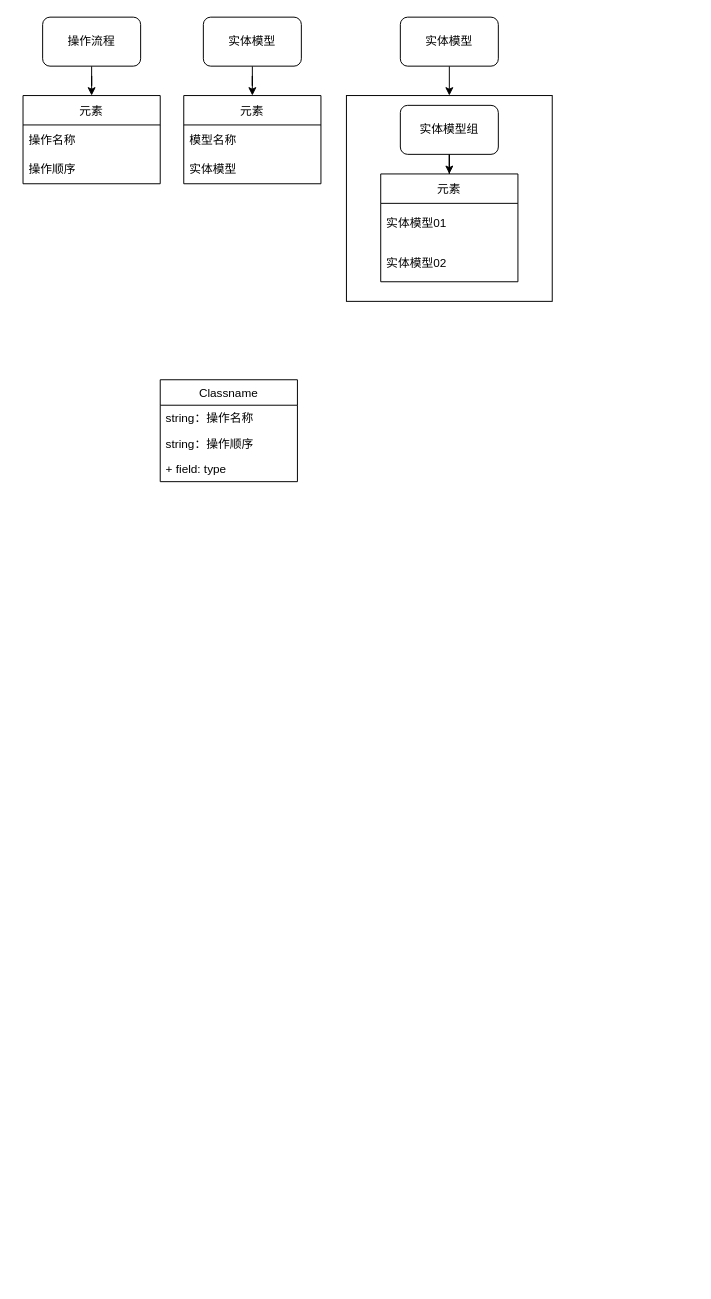
The draw.io diagram StatePattern/未命名绘图.drawio in CXUI/----, before the edit. Source tidied: cells renumbered, new cells numbered last; positions are measured from the earlier drawing's top-left corner, leaving out a move shared by most shapes. Both pictures are drawn from the tidied source at 98%, with x=0, y=0 at pixel (23, 17).
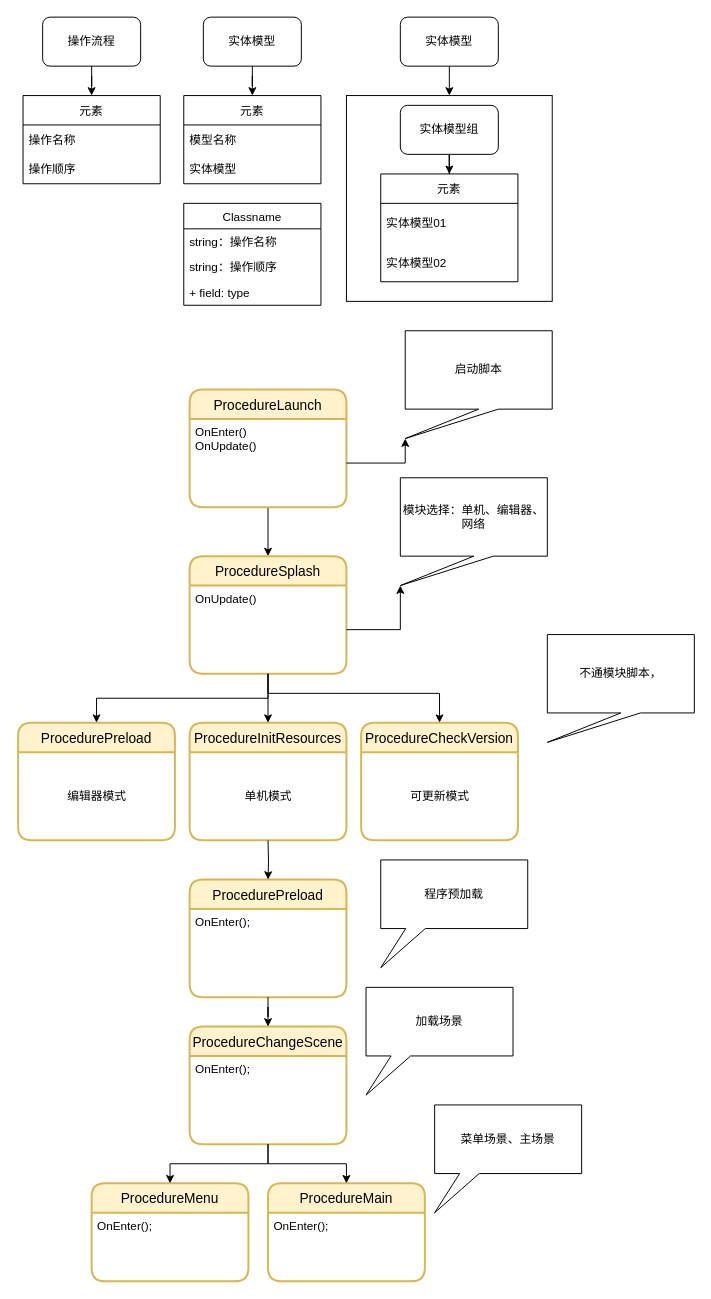
Above is the later version.

Commit message (it also covers changes not shown here):
更新未命名绘图.drawio

Diff of the diagram source:
```diff
@@
     <mxCell id="20" value="Classname" style="swimlane;fontStyle=0;horizontal=1;startSize=26;fillColor=none;" parent="1" vertex="1">
-      <mxGeometry x="140" y="370" width="140" height="104" as="geometry" />
+      <mxGeometry x="164" y="190" width="140" height="104" as="geometry" />
     </mxCell>
@@
+    <mxCell id="24" style="edgeStyle=orthogonalEdgeStyle;rounded=0;jettySize=auto;html=1;entryX=0.5;entryY=0;entryDx=0;entryDy=0;" parent="1" edge="1" source="25" target="27">
+      <mxGeometry relative="1" as="geometry" />
+    </mxCell>
+    <mxCell id="25" value="ProcedureLaunch" style="swimlane;horizontal=1;startSize=30;rounded=1;fontSize=14;fontStyle=0;strokeWidth=2;shadow=0;dashed=0;align=center;fillColor=#fff2cc;strokeColor=#d6b656;" parent="1" vertex="1">
+      <mxGeometry x="170" y="380" width="160" height="120" as="geometry" />
+    </mxCell>
+    <mxCell id="26" value="OnEnter()&#10;OnUpdate()" style="align=left;strokeColor=none;fillColor=none;spacingLeft=4;fontSize=12;verticalAlign=top;" parent="25" vertex="1">
+      <mxGeometry y="30" width="160" height="90" as="geometry" />
+    </mxCell>
+    <mxCell id="27" value="ProcedureSplash" style="swimlane;horizontal=1;startSize=30;rounded=1;fontSize=14;fontStyle=0;strokeWidth=2;shadow=0;dashed=0;align=center;fillColor=#fff2cc;strokeColor=#d6b656;" parent="1" vertex="1">
+      <mxGeometry x="170" y="550" width="160" height="120" as="geometry" />
+    </mxCell>
+    <mxCell id="28" value="OnUpdate()" style="align=left;strokeColor=none;fillColor=none;spacingLeft=4;fontSize=12;verticalAlign=top;" parent="27" vertex="1">
+      <mxGeometry y="30" width="160" height="90" as="geometry" />
+    </mxCell>
+    <mxCell id="29" value="启动脚本" style="shape=callout;whiteSpace=wrap;html=1;perimeter=calloutPerimeter;position2=0;" parent="1" vertex="1">
+      <mxGeometry x="390" y="320" width="150" height="110" as="geometry" />
+    </mxCell>
+    <mxCell id="30" style="edgeStyle=orthogonalEdgeStyle;rounded=0;jettySize=auto;html=1;exitX=1;exitY=0.5;exitDx=0;exitDy=0;entryX=0;entryY=0;entryDx=0;entryDy=110;entryPerimeter=0;" parent="1" edge="1" source="26" target="29">
+      <mxGeometry relative="1" as="geometry" />
+    </mxCell>
+    <mxCell id="31" value="模块选择：单机、编辑器、网络" style="shape=callout;whiteSpace=wrap;html=1;perimeter=calloutPerimeter;position2=0;" parent="1" vertex="1">
+      <mxGeometry x="385" y="470" width="150" height="110" as="geometry" />
+    </mxCell>
+    <mxCell id="32" style="edgeStyle=orthogonalEdgeStyle;rounded=0;jettySize=auto;html=1;exitX=1;exitY=0.5;exitDx=0;exitDy=0;entryX=0;entryY=0;entryDx=0;entryDy=110;entryPerimeter=0;" parent="1" edge="1" source="28" target="31">
+      <mxGeometry relative="1" as="geometry" />
+    </mxCell>
+    <mxCell id="33" value="ProcedurePreload" style="swimlane;horizontal=1;startSize=30;rounded=1;fontSize=14;fontStyle=0;strokeWidth=2;shadow=0;dashed=0;align=center;fillColor=#fff2cc;strokeColor=#d6b656;" parent="1" vertex="1">
+      <mxGeometry x="-5" y="720" width="160" height="120" as="geometry" />
+    </mxCell>
+    <mxCell id="34" value="编辑器模式" style="text;html=1;align=center;verticalAlign=middle;strokeColor=none;fillColor=none;" parent="33" vertex="1">
+      <mxGeometry y="30" width="160" height="90" as="geometry" />
+    </mxCell>
+    <mxCell id="35" style="edgeStyle=orthogonalEdgeStyle;rounded=0;jettySize=auto;html=1;exitX=0.5;exitY=1;exitDx=0;exitDy=0;entryX=0.5;entryY=0;entryDx=0;entryDy=0;" parent="1" edge="1" source="28" target="33">
+      <mxGeometry relative="1" as="geometry" />
+    </mxCell>
+    <mxCell id="36" value="ProcedureInitResources" style="swimlane;horizontal=1;startSize=30;rounded=1;fontSize=14;fontStyle=0;strokeWidth=2;shadow=0;dashed=0;align=center;fillColor=#fff2cc;strokeColor=#d6b656;" parent="1" vertex="1">
+      <mxGeometry x="170" y="720" width="160" height="120" as="geometry" />
+    </mxCell>
+    <mxCell id="37" value="单机模式" style="text;html=1;align=center;verticalAlign=middle;strokeColor=none;fillColor=none;" parent="36" vertex="1">
+      <mxGeometry y="30" width="160" height="90" as="geometry" />
+    </mxCell>
+    <mxCell id="38" style="edgeStyle=orthogonalEdgeStyle;rounded=0;jettySize=auto;html=1;exitX=0.5;exitY=1;exitDx=0;exitDy=0;entryX=0.5;entryY=0;entryDx=0;entryDy=0;" parent="1" edge="1" source="28" target="36">
+      <mxGeometry relative="1" as="geometry" />
+    </mxCell>
+    <mxCell id="39" value="ProcedureCheckVersion" style="swimlane;horizontal=1;startSize=30;rounded=1;fontSize=14;fontStyle=0;strokeWidth=2;shadow=0;dashed=0;align=center;fillColor=#fff2cc;strokeColor=#d6b656;" parent="1" vertex="1">
+      <mxGeometry x="345" y="720" width="160" height="120" as="geometry" />
+    </mxCell>
+    <mxCell id="40" value="可更新模式" style="text;html=1;align=center;verticalAlign=middle;strokeColor=none;fillColor=none;" parent="39" vertex="1">
+      <mxGeometry y="30" width="160" height="90" as="geometry" />
+    </mxCell>
+    <mxCell id="41" style="edgeStyle=orthogonalEdgeStyle;rounded=0;jettySize=auto;html=1;entryX=0.5;entryY=0;entryDx=0;entryDy=0;" parent="1" edge="1" source="28" target="39">
+      <mxGeometry relative="1" as="geometry">
+        <Array as="points">
+          <mxPoint x="250" y="690" />
+          <mxPoint x="425" y="690" />
+        </Array>
+      </mxGeometry>
+    </mxCell>
+    <mxCell id="42" value="ProcedurePreload" style="swimlane;horizontal=1;startSize=30;rounded=1;fontSize=14;fontStyle=0;strokeWidth=2;shadow=0;dashed=0;align=center;fillColor=#fff2cc;strokeColor=#d6b656;" parent="1" vertex="1">
+      <mxGeometry x="170" y="880" width="160" height="120" as="geometry" />
+    </mxCell>
+    <mxCell id="43" value="OnEnter();" style="align=left;strokeColor=none;fillColor=none;spacingLeft=4;fontSize=12;verticalAlign=top;" parent="42" vertex="1">
+      <mxGeometry y="30" width="160" height="90" as="geometry" />
+    </mxCell>
+    <mxCell id="44" style="edgeStyle=orthogonalEdgeStyle;rounded=0;jettySize=auto;html=1;entryX=0.5;entryY=0;entryDx=0;entryDy=0;" parent="1" edge="1" target="42">
+      <mxGeometry relative="1" as="geometry">
+        <mxPoint x="250" y="840" as="sourcePoint" />
+      </mxGeometry>
+    </mxCell>
+    <mxCell id="45" value="不通模块脚本，" style="shape=callout;whiteSpace=wrap;html=1;perimeter=calloutPerimeter;position2=0;" parent="1" vertex="1">
+      <mxGeometry x="535" y="630" width="150" height="110" as="geometry" />
+    </mxCell>
+    <mxCell id="46" value="程序预加载" style="shape=callout;whiteSpace=wrap;html=1;perimeter=calloutPerimeter;position2=0;size=40;position=0.17;" parent="1" vertex="1">
+      <mxGeometry x="365" y="860" width="150" height="110" as="geometry" />
+    </mxCell>
+    <mxCell id="47" value="ProcedureChangeScene" style="swimlane;horizontal=1;startSize=30;rounded=1;fontSize=14;fontStyle=0;strokeWidth=2;shadow=0;dashed=0;align=center;fillColor=#fff2cc;strokeColor=#d6b656;" parent="1" vertex="1">
+      <mxGeometry x="170" y="1030" width="160" height="120" as="geometry" />
+    </mxCell>
+    <mxCell id="48" value="OnEnter();" style="align=left;strokeColor=none;fillColor=none;spacingLeft=4;fontSize=12;verticalAlign=top;" parent="47" vertex="1">
+      <mxGeometry y="30" width="160" height="90" as="geometry" />
+    </mxCell>
+    <mxCell id="49" style="edgeStyle=orthogonalEdgeStyle;rounded=0;jettySize=auto;html=1;entryX=0.5;entryY=0;entryDx=0;entryDy=0;" parent="1" edge="1" source="43" target="47">
+      <mxGeometry relative="1" as="geometry" />
+    </mxCell>
+    <mxCell id="50" value="加载场景" style="shape=callout;whiteSpace=wrap;html=1;perimeter=calloutPerimeter;position2=0;size=40;position=0.17;" parent="1" vertex="1">
+      <mxGeometry x="350" y="990" width="150" height="110" as="geometry" />
+    </mxCell>
+    <mxCell id="51" value="ProcedureMenu" style="swimlane;horizontal=1;startSize=30;rounded=1;fontSize=14;fontStyle=0;strokeWidth=2;shadow=0;dashed=0;align=center;fillColor=#fff2cc;strokeColor=#d6b656;" parent="1" vertex="1">
+      <mxGeometry x="70" y="1190" width="160" height="100" as="geometry" />
+    </mxCell>
+    <mxCell id="52" value="OnEnter();" style="align=left;strokeColor=none;fillColor=none;spacingLeft=4;fontSize=12;verticalAlign=top;" parent="51" vertex="1">
+      <mxGeometry y="30" width="160" height="70" as="geometry" />
+    </mxCell>
+    <mxCell id="53" value="ProcedureMain" style="swimlane;horizontal=1;startSize=30;rounded=1;fontSize=14;fontStyle=0;strokeWidth=2;shadow=0;dashed=0;align=center;fillColor=#fff2cc;strokeColor=#d6b656;" parent="1" vertex="1">
+      <mxGeometry x="250" y="1190" width="160" height="100" as="geometry" />
+    </mxCell>
+    <mxCell id="54" value="OnEnter();" style="align=left;strokeColor=none;fillColor=none;spacingLeft=4;fontSize=12;verticalAlign=top;" parent="53" vertex="1">
+      <mxGeometry y="30" width="160" height="70" as="geometry" />
+    </mxCell>
+    <mxCell id="55" style="edgeStyle=orthogonalEdgeStyle;rounded=0;jettySize=auto;html=1;exitX=0.5;exitY=1;exitDx=0;exitDy=0;entryX=0.5;entryY=0;entryDx=0;entryDy=0;" parent="1" edge="1" source="48" target="51">
+      <mxGeometry relative="1" as="geometry" />
+    </mxCell>
+    <mxCell id="56" style="edgeStyle=orthogonalEdgeStyle;rounded=0;jettySize=auto;html=1;entryX=0.5;entryY=0;entryDx=0;entryDy=0;" parent="1" edge="1" source="48" target="53">
+      <mxGeometry relative="1" as="geometry" />
+    </mxCell>
+    <mxCell id="57" value="菜单场景、主场景" style="shape=callout;whiteSpace=wrap;html=1;perimeter=calloutPerimeter;position2=0;size=40;position=0.17;" parent="1" vertex="1">
+      <mxGeometry x="420" y="1110" width="150" height="110" as="geometry" />
+    </mxCell>
```
